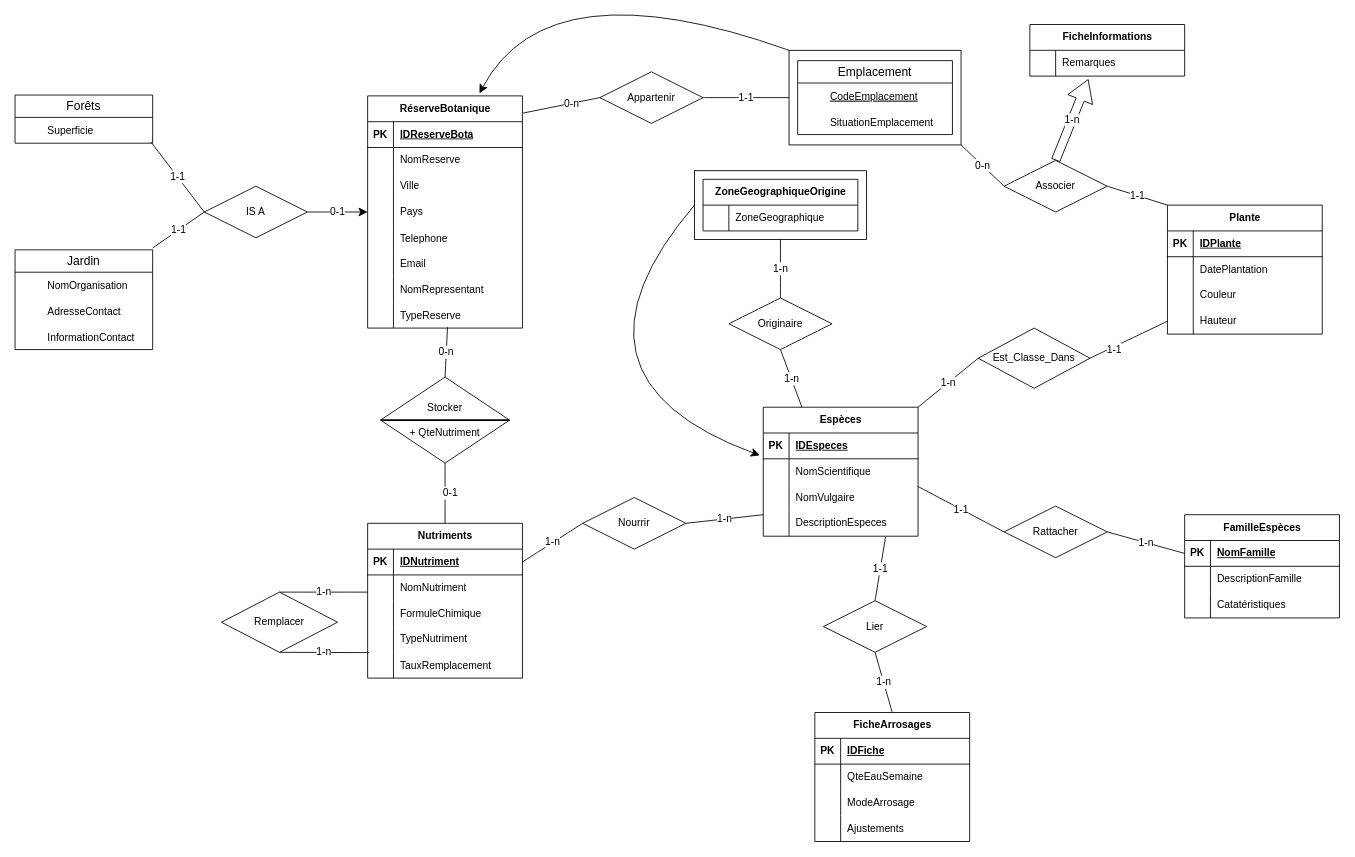
This is SAE3/test.drawio from korasrar/Work, a draw.io file, before an edit. Source tidied: cells renumbered, new cells numbered last; positions are measured from the earlier drawing's top-left corner, leaving out a move shared by most shapes. Both pictures are drawn from the tidied source at 86%, with x=0, y=0 at pixel (15, -36).
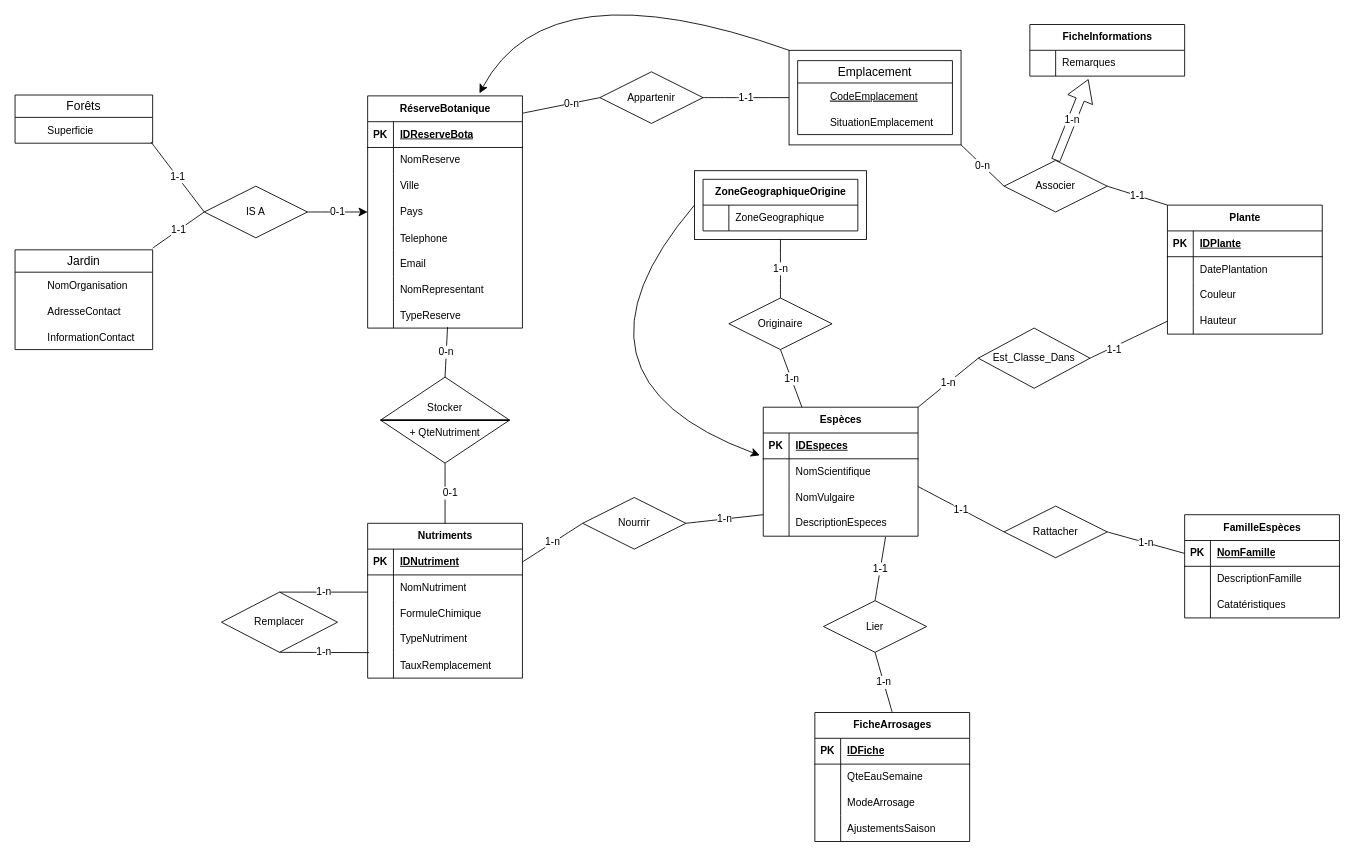
The same diagram, later.

Commit message:
Mettre à jour test.drawio

Unchanged cells that the change refers to:
```xml
<mxCell id="109" style="shape=tableRow;horizontal=0;startSize=0;swimlaneHead=0;swimlaneBody=0;fillColor=none;top=0;left=0;right=0;bottom=0;" parent="99" vertex="1">
  <mxGeometry y="120" width="180" height="30" as="geometry" />
</mxCell>
```

Change to the diagram source:
```diff
@@
-    <mxCell id="111" value="Ajustements" style="shape=partialRectangle;fillColor=none;top=0;left=0;bottom=0;right=0;align=left;spacingLeft=6;overflow=hidden;whiteSpace=wrap;html=1;" parent="109" vertex="1">
+    <mxCell id="111" value="AjustementsSaison" style="shape=partialRectangle;fillColor=none;top=0;left=0;bottom=0;right=0;align=left;spacingLeft=6;overflow=hidden;whiteSpace=wrap;html=1;" parent="109" vertex="1">
       <mxGeometry x="30" width="150" height="30" as="geometry" />
     </mxCell>
```
